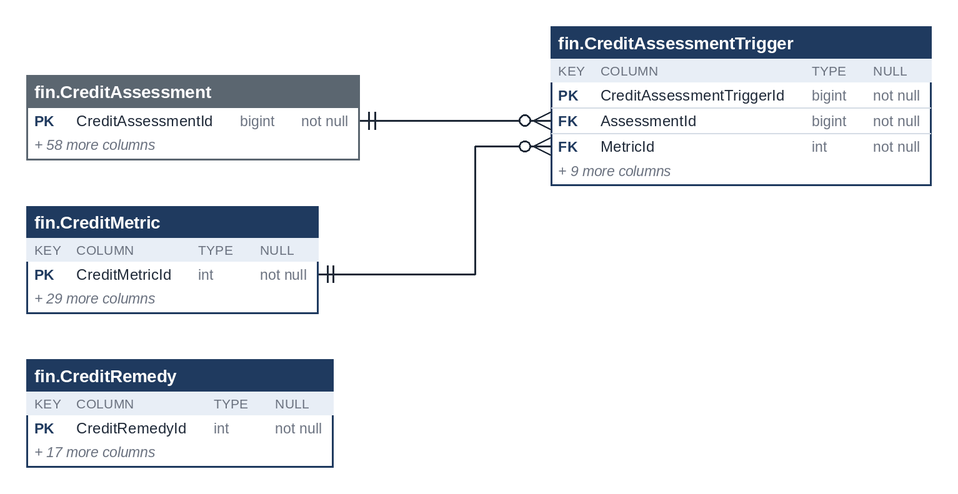
Earlier version of the Mermaid export treasury-platform/docs/diagrams/erd-en/m5_financials_11.png (thawrasy/smartlines). Its source is kept beside it as treasury-platform/docs/diagrams/erd/m5_financials_11.mmd.
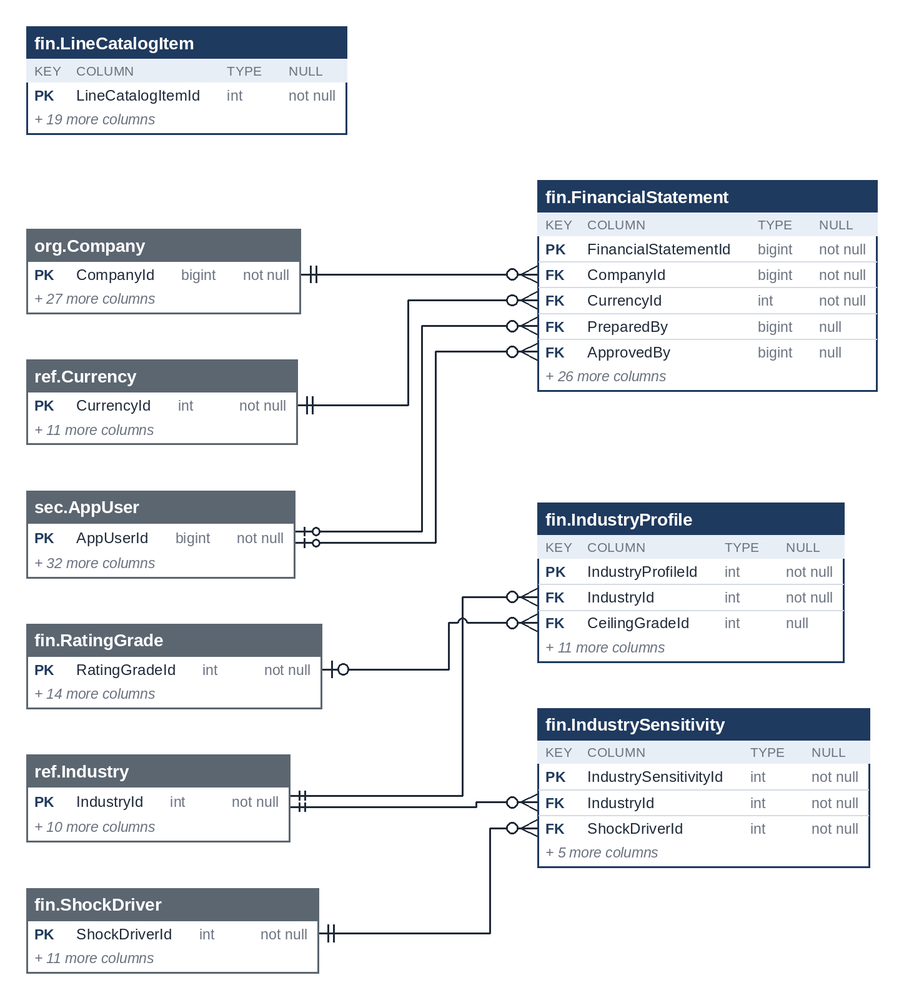
Later version of the same file.

Change to the diagram source:
```diff
@@ -1,4 +1,9 @@
 erDiagram
+  fin_ScorecardMetric["fin.ScorecardMetric"] {
+    int ScorecardMetricId PK
+    int ScorecardId FK
+    int MetricId FK
+  }
   fin_ScorecardParameter["fin.ScorecardParameter"] {
     int ScorecardParameterId PK
     int ScorecardId FK
@@ -11,6 +16,3 @@
   fin_ShockDriver["fin.ShockDriver"] {
     int ShockDriverId PK
   }
-  fin_StandardLine["fin.StandardLine"] {
-    int StandardLineId PK
-  }
```
